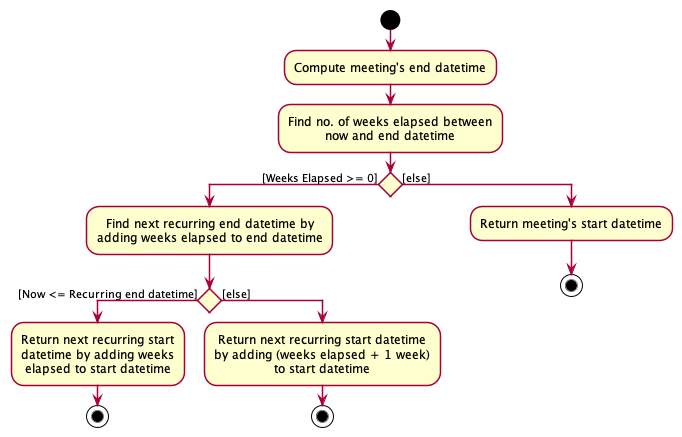
zfs-old-crap/linkytime keeps this PlantUML diagram as docs/images/GetNextRecurrenceActivityDiagram.png. Above is the earlier version.
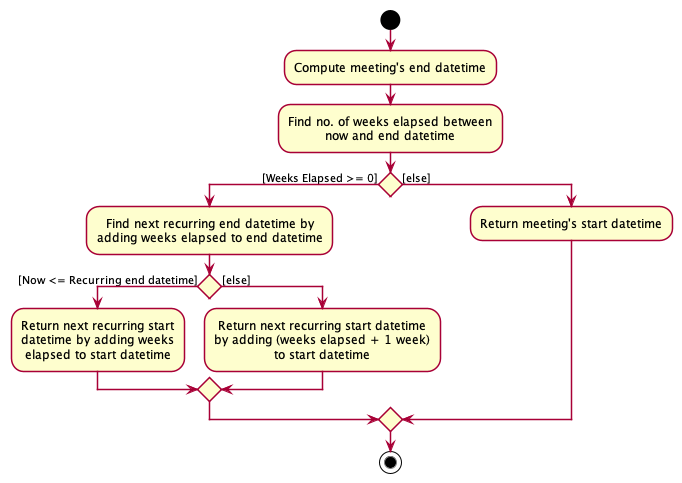
After the change.

Commit message:
Fix activity diagrams and add force delete section

The edit, as a diff of the source:
```diff
@@ -11,15 +11,13 @@
 :Return next recurring start
 datetime by adding weeks
 elapsed to start datetime;
-stop
 else ([else])
 :Return next recurring start datetime
 by adding (weeks elapsed + 1 week)
 to start datetime;
-stop
 endif
 else ([else])
 :Return meeting's start datetime;
+endif
 stop
-endif
 @enduml
```
